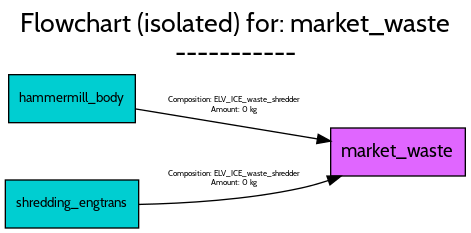
Above: src/futuram/examples/ELV/figures/flowcharts/processes/png/market_waste.png in FutuRaM-Project/Recovery-Model (Graphviz), before the change. Its source is kept beside it as src/futuram/examples/ELV/figures/flowcharts/processes/dot/market_waste.dot.
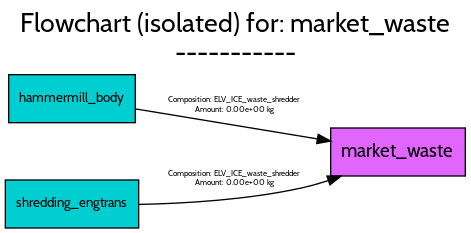
The same file after the commit.

Change to the diagram source:
```diff
@@ -35,7 +35,7 @@
 		fontname=Cabin,
 		fontsize=6,
 		label="Composition: ELV_ICE_waste_shredder
-Amount: 0 kg",
+Amount: 0.00e+00 kg",
 		lp="172,92",
 		pos="e,243.97,65.17 97.756,89.288 136.54,82.891 191.92,73.756 233.88,66.834"];
 	shredding_engtrans	[fillcolor=darkturquoise,
@@ -50,7 +50,7 @@
 		fontname=Cabin,
 		fontsize=6,
 		label="Composition: ELV_ICE_waste_shredder
-Amount: 0 kg",
+Amount: 0.00e+00 kg",
 		lp="172,37",
 		pos="e,251.77,38.925 100.18,17.684 134.65,18.374 181.59,21.152 222,30 228.62,31.449 235.44,33.395 242.12,35.58"];
 }
```
